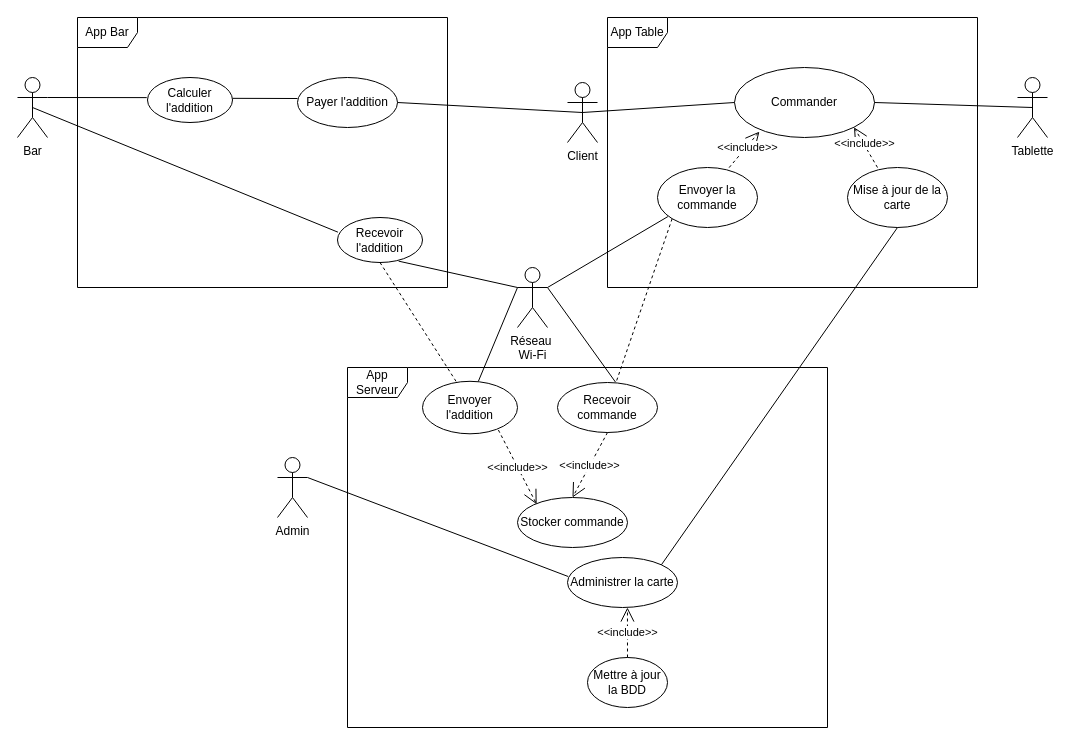
The draw.io diagram diagrammeuc.drawio in Clement-scirocco/Projet-Osusake, before the edit. Source tidied: cells renumbered, new cells numbered last; positions are measured from the earlier drawing's top-left corner, leaving out a move shared by most shapes. Both pictures are drawn from the tidied source at 100%, with x=0, y=0 at pixel (17, 17).
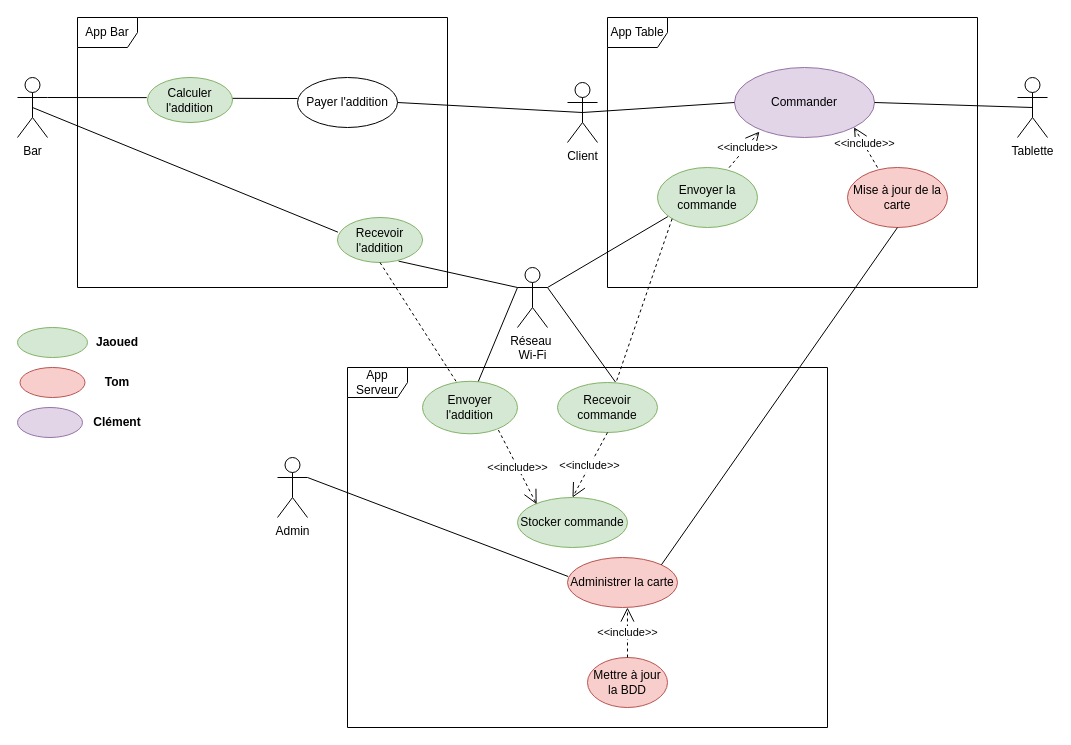
Above is the later version.

Diff of the diagram source:
```diff
@@
-    <mxCell id="8" value="Commander" style="ellipse;whiteSpace=wrap;html=1;fillColor=none;" parent="1" vertex="1">
+    <mxCell id="8" value="Commander" style="ellipse;whiteSpace=wrap;html=1;fillColor=#e1d5e7;strokeColor=#9673a6;" parent="1" vertex="1">
       <mxGeometry x="717" y="50" width="140" height="70" as="geometry" />
     </mxCell>
-    <mxCell id="9" value="Mise à jour de la carte" style="ellipse;whiteSpace=wrap;html=1;fillColor=none;" parent="1" vertex="1">
+    <mxCell id="9" value="Mise à jour de la carte" style="ellipse;whiteSpace=wrap;html=1;fillColor=#f8cecc;strokeColor=#b85450;" parent="1" vertex="1">
       <mxGeometry x="830" y="150" width="100" height="60" as="geometry" />
     </mxCell>
-    <mxCell id="10" value="Envoyer la commande" style="ellipse;whiteSpace=wrap;html=1;fillColor=none;" parent="1" vertex="1">
+    <mxCell id="10" value="Envoyer la commande" style="ellipse;whiteSpace=wrap;html=1;fillColor=#d5e8d4;strokeColor=#82b366;" parent="1" vertex="1">
       <mxGeometry x="640" y="150" width="100" height="60" as="geometry" />
     </mxCell>
@@
-    <mxCell id="14" value="Recevoir commande" style="ellipse;whiteSpace=wrap;html=1;fillColor=none;" parent="1" vertex="1">
+    <mxCell id="14" value="Recevoir commande" style="ellipse;whiteSpace=wrap;html=1;fillColor=#d5e8d4;strokeColor=#82b366;" parent="1" vertex="1">
       <mxGeometry x="540" y="365" width="100" height="50" as="geometry" />
     </mxCell>
-    <mxCell id="15" value="Stocker commande" style="ellipse;whiteSpace=wrap;html=1;fillColor=none;" parent="1" vertex="1">
+    <mxCell id="15" value="Stocker commande" style="ellipse;whiteSpace=wrap;html=1;fillColor=#d5e8d4;strokeColor=#82b366;" parent="1" vertex="1">
       <mxGeometry x="500" y="480" width="110" height="50" as="geometry" />
     </mxCell>
@@
-    <mxCell id="18" value="Envoyer l'addition" style="ellipse;whiteSpace=wrap;html=1;fillColor=none;" parent="1" vertex="1">
+    <mxCell id="18" value="Envoyer l'addition" style="ellipse;whiteSpace=wrap;html=1;fillColor=#d5e8d4;strokeColor=#82b366;" parent="1" vertex="1">
       <mxGeometry x="405" y="363.8" width="95" height="52.5" as="geometry" />
     </mxCell>
@@
-    <mxCell id="20" value="Administrer la carte" style="ellipse;whiteSpace=wrap;html=1;fillColor=none;" parent="1" vertex="1">
+    <mxCell id="20" value="Administrer la carte" style="ellipse;whiteSpace=wrap;html=1;fillColor=#f8cecc;strokeColor=#b85450;" parent="1" vertex="1">
       <mxGeometry x="550" y="540" width="110" height="50" as="geometry" />
     </mxCell>
@@
-    <mxCell id="22" value="Mettre à jour la BDD" style="ellipse;whiteSpace=wrap;html=1;fillColor=none;" parent="1" vertex="1">
+    <mxCell id="22" value="Mettre à jour la BDD" style="ellipse;whiteSpace=wrap;html=1;fillColor=#f8cecc;strokeColor=#b85450;" parent="1" vertex="1">
       <mxGeometry x="570" y="640" width="80" height="50" as="geometry" />
     </mxCell>
@@
-    <mxCell id="25" value="Recevoir l'addition" style="ellipse;whiteSpace=wrap;html=1;fillColor=none;" parent="1" vertex="1">
+    <mxCell id="25" value="Recevoir l'addition" style="ellipse;whiteSpace=wrap;html=1;fillColor=#d5e8d4;strokeColor=#82b366;" parent="1" vertex="1">
       <mxGeometry x="320" y="200" width="85" height="45" as="geometry" />
     </mxCell>
@@
-    <mxCell id="29" value="Calculer l'addition" style="ellipse;whiteSpace=wrap;html=1;fillColor=none;" parent="1" vertex="1">
+    <mxCell id="29" value="Calculer l'addition" style="ellipse;whiteSpace=wrap;html=1;fillColor=#d5e8d4;strokeColor=#82b366;" parent="1" vertex="1">
       <mxGeometry x="130" y="60" width="85" height="45" as="geometry" />
     </mxCell>
-    <mxCell id="30" value="Payer l'addition" style="ellipse;whiteSpace=wrap;html=1;fillColor=none;" parent="1" vertex="1">
+    <mxCell id="30" value="Payer l'addition" style="ellipse;whiteSpace=wrap;html=1;" parent="1" vertex="1">
       <mxGeometry x="280" y="60" width="100" height="50" as="geometry" />
     </mxCell>
@@
+    <mxCell id="40" style="ellipse;whiteSpace=wrap;html=1;fillColor=#d5e8d4;strokeColor=#82b366;" parent="1" vertex="1">
+      <mxGeometry y="310" width="70" height="30" as="geometry" />
+    </mxCell>
+    <mxCell id="41" value="&lt;b&gt;Jaoued&lt;/b&gt;" style="text;html=1;align=center;verticalAlign=middle;whiteSpace=wrap;rounded=0;" parent="1" vertex="1">
+      <mxGeometry x="70" y="310" width="60" height="30" as="geometry" />
+    </mxCell>
+    <mxCell id="42" style="ellipse;whiteSpace=wrap;html=1;fillColor=#f8cecc;strokeColor=#b85450;" parent="1" vertex="1">
+      <mxGeometry x="2.5" y="350" width="65" height="30" as="geometry" />
+    </mxCell>
+    <mxCell id="43" value="&lt;b&gt;Tom&lt;/b&gt;" style="text;html=1;align=center;verticalAlign=middle;whiteSpace=wrap;rounded=0;" parent="1" vertex="1">
+      <mxGeometry x="70" y="350" width="60" height="30" as="geometry" />
+    </mxCell>
+    <mxCell id="44" style="ellipse;whiteSpace=wrap;html=1;fillColor=#e1d5e7;strokeColor=#9673a6;" parent="1" vertex="1">
+      <mxGeometry y="390" width="65" height="30" as="geometry" />
+    </mxCell>
+    <mxCell id="45" value="&lt;b&gt;Clément&lt;/b&gt;" style="text;html=1;align=center;verticalAlign=middle;whiteSpace=wrap;rounded=0;" parent="1" vertex="1">
+      <mxGeometry x="70" y="390" width="60" height="30" as="geometry" />
+    </mxCell>
```
